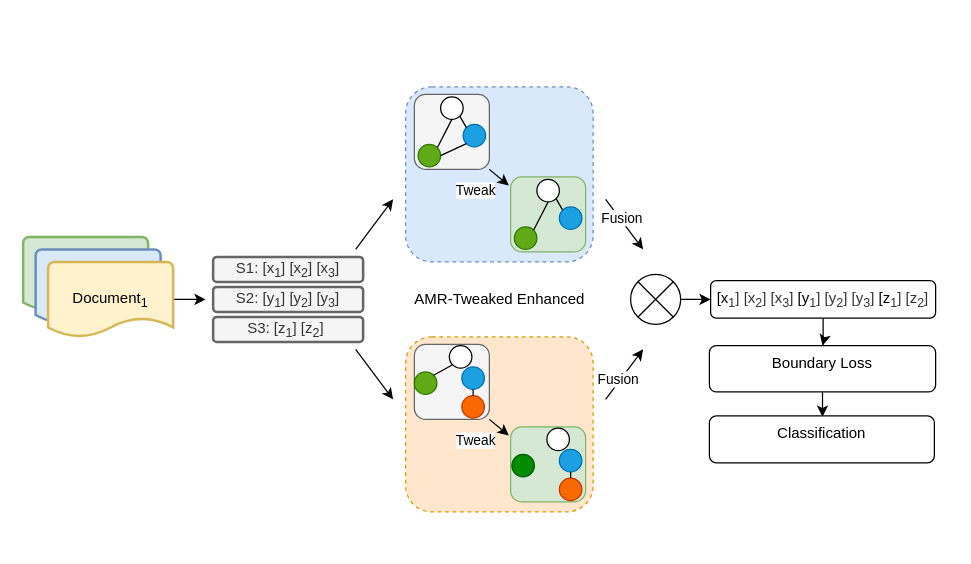
Earlier version of the draw.io diagram model.drawio (crawlerWPS/drawing). Source tidied: cells renumbered, new cells numbered last; positions are measured from the earlier drawing's top-left corner, leaving out a move shared by most shapes. Both pictures are drawn from the tidied source at 125%, with x=0, y=0 at pixel (22, 86). Pictures stored in the file or linked from it are replaced by grey dashed boxes.
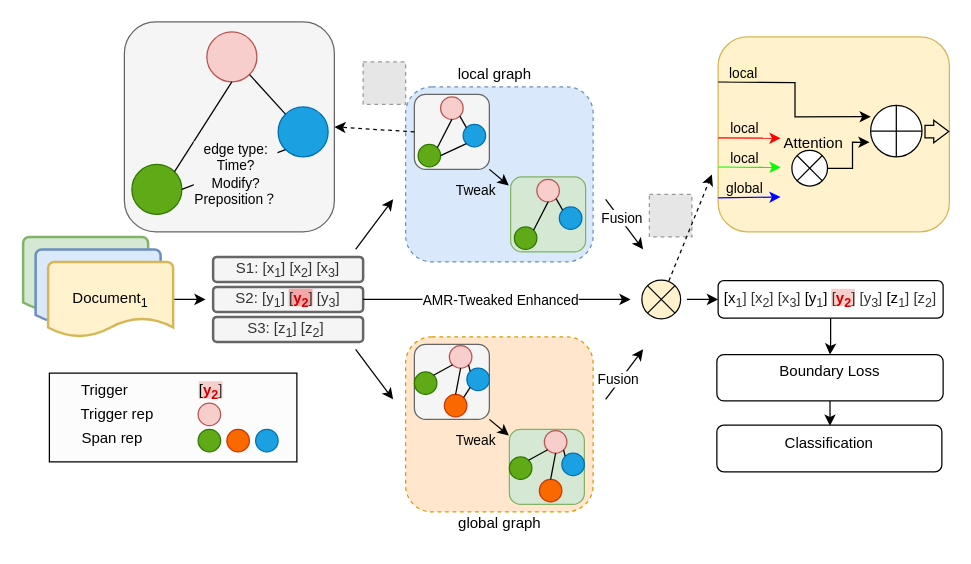
The same page after the edit.

Unchanged cells that the change refers to:
```xml
<mxCell id="3" style="rounded=1;whiteSpace=wrap;html=1;fillColor=#f5f5f5;fontColor=#333333;strokeColor=#666666;" parent="1" vertex="1">
  <mxGeometry x="313" y="6" width="60" height="60" as="geometry" />
</mxCell>
<mxCell id="20" style="edgeStyle=none;jettySize=auto;html=1;rounded=0;entryX=-0.024;entryY=0.115;entryDx=0;entryDy=0;entryPerimeter=0;" parent="1" edge="1" target="19">
  <mxGeometry relative="1" as="geometry">
    <mxPoint x="373" y="66" as="sourcePoint" />
  </mxGeometry>
</mxCell>
```

The edit, as a diff of the source:
```diff
@@
-    <mxCell id="4" style="edgeStyle=orthogonalEdgeStyle;rounded=0;jettySize=auto;html=1;" parent="1" edge="1" source="5" target="51">
-      <mxGeometry relative="1" as="geometry" />
+    <mxCell id="4" style="edgeStyle=orthogonalEdgeStyle;rounded=0;jettySize=auto;html=1;" parent="1" edge="1" target="51">
+      <mxGeometry relative="1" as="geometry">
+        <mxPoint x="532" y="170" as="sourcePoint" />
+        <Array as="points">
+          <mxPoint x="531" y="170" />
+          <mxPoint x="531" y="170" />
+        </Array>
+      </mxGeometry>
     </mxCell>
-    <mxCell id="5" style="verticalLabelPosition=bottom;verticalAlign=top;html=1;shape=mxgraph.flowchart.or;" parent="1" vertex="1">
-      <mxGeometry x="486" y="150" width="40" height="40" as="geometry" />
-    </mxCell>
@@
-    <mxCell id="11" value="S2: [y&lt;sub&gt;1&lt;/sub&gt;] [y&lt;sub&gt;2&lt;/sub&gt;] [y&lt;sub&gt;3&lt;/sub&gt;]" style="rounded=1;whiteSpace=wrap;html=1;strokeWidth=2;fillColor=#f5f5f5;fontColor=#333333;strokeColor=#666666;" parent="1" vertex="1">
+    <mxCell id="11" value="S2: [y&lt;sub&gt;1&lt;/sub&gt;] &lt;span style=&quot;background-color: rgb(245, 167, 167);&quot;&gt;[&lt;font style=&quot;&quot; color=&quot;#cc0000&quot;&gt;&lt;b&gt;y&lt;sub&gt;2&lt;/sub&gt;&lt;/b&gt;&lt;/font&gt;]&lt;/span&gt; [y&lt;sub&gt;3&lt;/sub&gt;]" style="rounded=1;whiteSpace=wrap;html=1;strokeWidth=2;fillColor=#f5f5f5;fontColor=#333333;strokeColor=#666666;" parent="1" vertex="1">
       <mxGeometry x="152" y="160" width="120" height="20" as="geometry" />
     </mxCell>
@@
-    <mxCell id="21" value="Tweak" style="edgeLabel;html=1;align=center;verticalAlign=middle;" parent="20" vertex="1">
+    <mxCell id="21" value="Tweak" style="edgeLabel;html=1;align=center;verticalAlign=middle;labelBackgroundColor=#dae8fc;" parent="20" vertex="1">
       <mxGeometry x="-0.42" relative="1" as="geometry">
         <mxPoint x="-16" y="13" as="offset" />
       </mxGeometry>
     </mxCell>
@@
-    <mxCell id="24" style="rounded=1;whiteSpace=wrap;html=1;fillColor=#d5e8d4;strokeColor=#82b366;" parent="1" vertex="1">
-      <mxGeometry x="390" y="272" width="60" height="60" as="geometry" />
-    </mxCell>
-    <mxCell id="25" style="edgeStyle=none;jettySize=auto;html=1;rounded=0;entryX=-0.024;entryY=0.115;entryDx=0;entryDy=0;entryPerimeter=0;" parent="1" edge="1" target="24">
+    <mxCell id="25" style="edgeStyle=none;orthogonalLoop=1;jettySize=auto;html=1;rounded=0;entryX=-0.024;entryY=0.115;entryDx=0;entryDy=0;entryPerimeter=0;" parent="1" edge="1">
       <mxGeometry relative="1" as="geometry">
         <mxPoint x="373" y="266" as="sourcePoint" />
+        <mxPoint x="388.6" y="278.9" as="targetPoint" />
       </mxGeometry>
     </mxCell>
-    <mxCell id="26" value="Tweak" style="edgeLabel;html=1;align=center;verticalAlign=middle;" parent="25" vertex="1">
+    <mxCell id="26" value="Tweak" style="edgeLabel;html=1;align=center;verticalAlign=middle;labelBackgroundColor=#ffe6cc;" parent="25" vertex="1">
       <mxGeometry x="-0.35" y="1" relative="1" as="geometry">
         <mxPoint x="-18" y="13" as="offset" />
       </mxGeometry>
     </mxCell>
-    <mxCell id="27" value="AMR-Tweaked Enhanced" style="text;html=1;align=center;verticalAlign=middle;strokeColor=none;fillColor=none;" parent="1" vertex="1">
-      <mxGeometry x="301" y="155" width="160" height="30" as="geometry" />
-    </mxCell>
-    <mxCell id="28" style="ellipse;whiteSpace=wrap;html=1;" parent="1" vertex="1">
+    <mxCell id="28" style="ellipse;whiteSpace=wrap;html=1;fillColor=#f8cecc;strokeColor=#b85450;" parent="1" vertex="1">
       <mxGeometry x="334" y="8" width="18" height="18" as="geometry" />
     </mxCell>
@@
-    <mxCell id="34" style="ellipse;whiteSpace=wrap;html=1;" parent="1" vertex="1">
+    <mxCell id="34" style="ellipse;whiteSpace=wrap;html=1;fillColor=#f8cecc;strokeColor=#b85450;" parent="1" vertex="1">
       <mxGeometry x="411" y="74" width="18" height="18" as="geometry" />
     </mxCell>
@@
-    <mxCell id="39" style="ellipse;whiteSpace=wrap;html=1;" parent="1" vertex="1">
-      <mxGeometry x="419" y="273" width="18" height="18" as="geometry" />
-    </mxCell>
-    <mxCell id="40" style="ellipse;whiteSpace=wrap;html=1;fillColor=#008a00;fontColor=#ffffff;strokeColor=#005700;" parent="1" vertex="1">
-      <mxGeometry x="391" y="294" width="18" height="18" as="geometry" />
-    </mxCell>
-    <mxCell id="41" style="ellipse;whiteSpace=wrap;html=1;fillColor=#1ba1e2;fontColor=#ffffff;strokeColor=#006EAF;" parent="1" vertex="1">
-      <mxGeometry x="429" y="290" width="18" height="18" as="geometry" />
-    </mxCell>
-    <mxCell id="42" style="ellipse;whiteSpace=wrap;html=1;fillColor=#fa6800;fontColor=#000000;strokeColor=#C73500;" parent="1" vertex="1">
-      <mxGeometry x="429" y="313" width="18" height="18" as="geometry" />
-    </mxCell>
-    <mxCell id="43" style="endArrow=none;html=1;rounded=0;entryX=0.5;entryY=1;entryDx=0;entryDy=0;exitX=0.5;exitY=0;exitDx=0;exitDy=0;" parent="1" edge="1" source="42" target="41">
-      <mxGeometry relative="1" as="geometry" />
-    </mxCell>
-    <mxCell id="44" style="ellipse;whiteSpace=wrap;html=1;" parent="1" vertex="1">
+    <mxCell id="44" style="ellipse;whiteSpace=wrap;html=1;fillColor=#f8cecc;strokeColor=#b85450;" parent="1" vertex="1">
       <mxGeometry x="341" y="207" width="18" height="18" as="geometry" />
     </mxCell>
@@
     <mxCell id="47" style="ellipse;whiteSpace=wrap;html=1;fillColor=#1ba1e2;fontColor=#ffffff;strokeColor=#006EAF;" parent="1" vertex="1">
-      <mxGeometry x="351" y="224" width="18" height="18" as="geometry" />
+      <mxGeometry x="355" y="225" width="18" height="18" as="geometry" />
     </mxCell>
     <mxCell id="48" style="ellipse;whiteSpace=wrap;html=1;fillColor=#fa6800;fontColor=#000000;strokeColor=#C73500;" parent="1" vertex="1">
-      <mxGeometry x="351" y="247" width="18" height="18" as="geometry" />
+      <mxGeometry x="337" y="246" width="18" height="18" as="geometry" />
     </mxCell>
-    <mxCell id="49" style="endArrow=none;html=1;rounded=0;entryX=0.5;entryY=1;entryDx=0;entryDy=0;exitX=0.5;exitY=0;exitDx=0;exitDy=0;" parent="1" edge="1" source="48" target="47">
+    <mxCell id="49" style="endArrow=none;html=1;rounded=0;entryX=0;entryY=1;entryDx=0;entryDy=0;exitX=1;exitY=0;exitDx=0;exitDy=0;" parent="1" edge="1" source="48" target="47">
       <mxGeometry relative="1" as="geometry" />
     </mxCell>
@@
-    <mxCell id="51" value="[x&lt;sub style=&quot;border-color: var(--border-color); color: rgb(51, 51, 51);&quot;&gt;1&lt;/sub&gt;&lt;span style=&quot;color: rgb(51, 51, 51);&quot;&gt;] [x&lt;/span&gt;&lt;sub style=&quot;border-color: var(--border-color); color: rgb(51, 51, 51);&quot;&gt;2&lt;/sub&gt;&lt;span style=&quot;color: rgb(51, 51, 51);&quot;&gt;] [x&lt;/span&gt;&lt;sub style=&quot;border-color: var(--border-color); color: rgb(51, 51, 51);&quot;&gt;3&lt;/sub&gt;&lt;span style=&quot;color: rgb(51, 51, 51);&quot;&gt;]&amp;nbsp;&lt;/span&gt;[y&lt;sub style=&quot;border-color: var(--border-color); color: rgb(51, 51, 51);&quot;&gt;1&lt;/sub&gt;&lt;span style=&quot;color: rgb(51, 51, 51);&quot;&gt;] [y&lt;/span&gt;&lt;sub style=&quot;border-color: var(--border-color); color: rgb(51, 51, 51);&quot;&gt;2&lt;/sub&gt;&lt;span style=&quot;color: rgb(51, 51, 51);&quot;&gt;] [y&lt;/span&gt;&lt;sub style=&quot;border-color: var(--border-color); color: rgb(51, 51, 51);&quot;&gt;3&lt;/sub&gt;&lt;span style=&quot;color: rgb(51, 51, 51);&quot;&gt;]&lt;/span&gt;&amp;nbsp;[z&lt;sub style=&quot;border-color: var(--border-color); color: rgb(51, 51, 51);&quot;&gt;1&lt;/sub&gt;&lt;span style=&quot;color: rgb(51, 51, 51);&quot;&gt;] [z&lt;/span&gt;&lt;sub style=&quot;border-color: var(--border-color); color: rgb(51, 51, 51);&quot;&gt;2&lt;/sub&gt;&lt;span style=&quot;color: rgb(51, 51, 51);&quot;&gt;]&lt;/span&gt;" style="rounded=1;whiteSpace=wrap;html=1;verticalAlign=top;" parent="1" vertex="1">
-      <mxGeometry x="550" y="155" width="180" height="30" as="geometry" />
+    <mxCell id="51" value="[x&lt;sub style=&quot;border-color: var(--border-color); color: rgb(51, 51, 51);&quot;&gt;1&lt;/sub&gt;&lt;span style=&quot;color: rgb(51, 51, 51);&quot;&gt;] [x&lt;/span&gt;&lt;sub style=&quot;border-color: var(--border-color); color: rgb(51, 51, 51);&quot;&gt;2&lt;/sub&gt;&lt;span style=&quot;color: rgb(51, 51, 51);&quot;&gt;] [x&lt;/span&gt;&lt;sub style=&quot;border-color: var(--border-color); color: rgb(51, 51, 51);&quot;&gt;3&lt;/sub&gt;&lt;span style=&quot;color: rgb(51, 51, 51);&quot;&gt;]&amp;nbsp;&lt;/span&gt;[y&lt;sub style=&quot;border-color: var(--border-color); color: rgb(51, 51, 51);&quot;&gt;1&lt;/sub&gt;]&amp;nbsp;&lt;span style=&quot;background-color: rgb(248, 206, 204);&quot;&gt;&lt;span style=&quot;color: rgb(51, 51, 51);&quot;&gt;[&lt;/span&gt;&lt;font style=&quot;border-color: var(--border-color);&quot; color=&quot;#cc0000&quot;&gt;&lt;b style=&quot;border-color: var(--border-color);&quot;&gt;y&lt;sub style=&quot;border-color: var(--border-color);&quot;&gt;2&lt;/sub&gt;&lt;/b&gt;&lt;/font&gt;&lt;span style=&quot;color: rgb(51, 51, 51);&quot;&gt;]&lt;/span&gt;&lt;/span&gt;&lt;span style=&quot;color: rgb(51, 51, 51);&quot;&gt;&amp;nbsp;[y&lt;/span&gt;&lt;sub style=&quot;border-color: var(--border-color); color: rgb(51, 51, 51);&quot;&gt;3&lt;/sub&gt;&lt;span style=&quot;color: rgb(51, 51, 51);&quot;&gt;]&lt;/span&gt;&amp;nbsp;[z&lt;sub style=&quot;border-color: var(--border-color); color: rgb(51, 51, 51);&quot;&gt;1&lt;/sub&gt;&lt;span style=&quot;color: rgb(51, 51, 51);&quot;&gt;] [z&lt;/span&gt;&lt;sub style=&quot;border-color: var(--border-color); color: rgb(51, 51, 51);&quot;&gt;2&lt;/sub&gt;&lt;span style=&quot;color: rgb(51, 51, 51);&quot;&gt;]&lt;/span&gt;" style="rounded=1;whiteSpace=wrap;html=1;verticalAlign=top;" parent="1" vertex="1">
+      <mxGeometry x="556" y="155" width="180" height="30" as="geometry" />
     </mxCell>
@@
     <mxCell id="53" value="Boundary Loss" style="whiteSpace=wrap;html=1;verticalAlign=top;rounded=1;" parent="1" vertex="1">
-      <mxGeometry x="549" y="207" width="181" height="37" as="geometry" />
+      <mxGeometry x="555" y="214.2" width="181" height="37" as="geometry" />
     </mxCell>
     <mxCell id="54" value="Classification" style="whiteSpace=wrap;html=1;verticalAlign=top;rounded=1;" parent="1" vertex="1">
-      <mxGeometry x="549" y="263.2" width="180" height="37.5" as="geometry" />
+      <mxGeometry x="555" y="270.5" width="180" height="37.5" as="geometry" />
     </mxCell>
+    <mxCell id="55" style="endArrow=classic;html=1;rounded=0;dashed=1;exitX=0;exitY=0.5;exitDx=0;exitDy=0;entryX=1;entryY=0.5;entryDx=0;entryDy=0;" parent="1" edge="1" source="3" target="57">
+      <mxGeometry relative="1" as="geometry" />
+    </mxCell>
+    <mxCell id="56" style="fillColor=#E6E6E6;strokeColor=#999999;dashed=1;html=1;verticalAlign=top;verticalLabelPosition=bottom;labelBackgroundColor=#ffffff;" parent="1" vertex="1">
+      <mxGeometry x="272" y="-20" width="34" height="34" as="geometry" />
+    </mxCell>
+    <mxCell id="57" style="rounded=1;whiteSpace=wrap;html=1;fillColor=#f5f5f5;fontColor=#333333;strokeColor=#666666;" parent="1" vertex="1">
+      <mxGeometry x="81" y="-52" width="168" height="168" as="geometry" />
+    </mxCell>
+    <mxCell id="58" style="ellipse;whiteSpace=wrap;html=1;fillColor=#f8cecc;strokeColor=#b85450;" parent="1" vertex="1">
+      <mxGeometry x="147" y="-44" width="40" height="40" as="geometry" />
+    </mxCell>
+    <mxCell id="59" style="ellipse;whiteSpace=wrap;html=1;fillColor=#1ba1e2;fontColor=#ffffff;strokeColor=#006EAF;" parent="1" vertex="1">
+      <mxGeometry x="204" y="16" width="40" height="40" as="geometry" />
+    </mxCell>
+    <mxCell id="60" style="ellipse;whiteSpace=wrap;html=1;fillColor=#60a917;fontColor=#ffffff;strokeColor=#2D7600;" parent="1" vertex="1">
+      <mxGeometry x="87" y="62" width="40" height="40" as="geometry" />
+    </mxCell>
+    <mxCell id="61" style="endArrow=none;html=1;rounded=0;entryX=0.5;entryY=1;entryDx=0;entryDy=0;exitX=1;exitY=0;exitDx=0;exitDy=0;" parent="1" edge="1" source="60" target="58">
+      <mxGeometry relative="1" as="geometry" />
+    </mxCell>
+    <mxCell id="62" style="endArrow=none;html=1;rounded=0;entryX=0;entryY=1;entryDx=0;entryDy=0;exitX=1;exitY=0.5;exitDx=0;exitDy=0;" parent="1" edge="1" source="60" target="59">
+      <mxGeometry relative="1" as="geometry" />
+    </mxCell>
+    <mxCell id="63" value="edge type:&lt;br&gt;Time?&lt;br&gt;Modify?&lt;br&gt;Preposition？" style="edgeLabel;html=1;align=center;verticalAlign=middle;labelBackgroundColor=#f5f5f5;" parent="62" vertex="1">
+      <mxGeometry x="0.38" y="-2" relative="1" as="geometry">
+        <mxPoint x="-15" y="8" as="offset" />
+      </mxGeometry>
+    </mxCell>
+    <mxCell id="64" style="endArrow=none;html=1;rounded=0;entryX=0;entryY=0;entryDx=0;entryDy=0;exitX=1;exitY=1;exitDx=0;exitDy=0;" parent="1" edge="1" source="58" target="59">
+      <mxGeometry relative="1" as="geometry" />
+    </mxCell>
+    <mxCell id="65" style="rounded=0;whiteSpace=wrap;html=1;fillColor=#fcfcfc;" parent="1" vertex="1">
+      <mxGeometry x="21" y="229" width="198" height="71" as="geometry" />
+    </mxCell>
+    <mxCell id="66" style="ellipse;whiteSpace=wrap;html=1;fillColor=#f8cecc;strokeColor=#b85450;" parent="1" vertex="1">
+      <mxGeometry x="140" y="253" width="18" height="18" as="geometry" />
+    </mxCell>
+    <mxCell id="67" value="Trigger rep" style="text;html=1;strokeColor=none;fillColor=none;align=center;verticalAlign=middle;whiteSpace=wrap;rounded=0;" parent="1" vertex="1">
+      <mxGeometry x="40" y="247" width="71" height="30" as="geometry" />
+    </mxCell>
+    <mxCell id="68" style="endArrow=none;html=1;rounded=0;exitX=1;exitY=1;exitDx=0;exitDy=0;entryX=0;entryY=0;entryDx=0;entryDy=0;" parent="1" edge="1" source="44" target="47">
+      <mxGeometry relative="1" as="geometry" />
+    </mxCell>
+    <mxCell id="69" style="rounded=1;whiteSpace=wrap;html=1;fillColor=#d5e8d4;strokeColor=#82b366;" parent="1" vertex="1">
+      <mxGeometry x="389" y="274" width="60" height="60" as="geometry" />
+    </mxCell>
+    <mxCell id="70" style="ellipse;whiteSpace=wrap;html=1;fillColor=#f8cecc;strokeColor=#b85450;" parent="1" vertex="1">
+      <mxGeometry x="417" y="275" width="18" height="18" as="geometry" />
+    </mxCell>
+    <mxCell id="71" style="ellipse;whiteSpace=wrap;html=1;fillColor=#60a917;fontColor=#ffffff;strokeColor=#2D7600;" parent="1" vertex="1">
+      <mxGeometry x="389" y="296" width="18" height="18" as="geometry" />
+    </mxCell>
+    <mxCell id="72" style="endArrow=none;html=1;rounded=0;entryX=0;entryY=1;entryDx=0;entryDy=0;exitX=1;exitY=0;exitDx=0;exitDy=0;" parent="1" edge="1" source="71" target="70">
+      <mxGeometry relative="1" as="geometry" />
+    </mxCell>
+    <mxCell id="73" style="ellipse;whiteSpace=wrap;html=1;fillColor=#1ba1e2;fontColor=#ffffff;strokeColor=#006EAF;" parent="1" vertex="1">
+      <mxGeometry x="431" y="293" width="18" height="18" as="geometry" />
+    </mxCell>
+    <mxCell id="74" style="ellipse;whiteSpace=wrap;html=1;fillColor=#fa6800;fontColor=#000000;strokeColor=#C73500;" parent="1" vertex="1">
+      <mxGeometry x="413" y="314" width="18" height="18" as="geometry" />
+    </mxCell>
+    <mxCell id="75" style="endArrow=none;html=1;rounded=0;exitX=1;exitY=1;exitDx=0;exitDy=0;entryX=0;entryY=0;entryDx=0;entryDy=0;" parent="1" edge="1" source="70" target="73">
+      <mxGeometry relative="1" as="geometry" />
+    </mxCell>
+    <mxCell id="76" value="&lt;span style=&quot;background-color: rgb(248, 206, 204);&quot;&gt;[&lt;font style=&quot;border-color: var(--border-color);&quot; color=&quot;#cc0000&quot;&gt;&lt;b style=&quot;border-color: var(--border-color);&quot;&gt;y&lt;sub style=&quot;border-color: var(--border-color);&quot;&gt;2&lt;/sub&gt;&lt;/b&gt;&lt;/font&gt;&lt;span style=&quot;color: rgb(51, 51, 51);&quot;&gt;]&lt;/span&gt;&lt;/span&gt;" style="text;html=1;strokeColor=none;fillColor=none;align=center;verticalAlign=middle;whiteSpace=wrap;rounded=0;" parent="1" vertex="1">
+      <mxGeometry x="134.5" y="229" width="31" height="30" as="geometry" />
+    </mxCell>
+    <mxCell id="77" value="Trigger" style="text;html=1;strokeColor=none;fillColor=none;align=center;verticalAlign=middle;whiteSpace=wrap;rounded=0;" parent="1" vertex="1">
+      <mxGeometry x="30" y="228" width="71" height="30" as="geometry" />
+    </mxCell>
+    <mxCell id="78" style="endArrow=none;html=1;rounded=0;entryX=0.5;entryY=1;entryDx=0;entryDy=0;exitX=0.5;exitY=0;exitDx=0;exitDy=0;" parent="1" edge="1" source="48" target="44">
+      <mxGeometry relative="1" as="geometry" />
+    </mxCell>
+    <mxCell id="79" style="endArrow=none;html=1;rounded=0;entryX=0.5;entryY=1;entryDx=0;entryDy=0;exitX=0.5;exitY=0;exitDx=0;exitDy=0;" parent="1" edge="1" source="74" target="70">
+      <mxGeometry relative="1" as="geometry" />
+    </mxCell>
+    <mxCell id="80" style="ellipse;whiteSpace=wrap;html=1;fillColor=#60a917;fontColor=#ffffff;strokeColor=#2D7600;" parent="1" vertex="1">
+      <mxGeometry x="140" y="274" width="18" height="18" as="geometry" />
+    </mxCell>
+    <mxCell id="81" style="ellipse;whiteSpace=wrap;html=1;fillColor=#fa6800;fontColor=#000000;strokeColor=#C73500;" parent="1" vertex="1">
+      <mxGeometry x="163" y="274" width="18" height="18" as="geometry" />
+    </mxCell>
+    <mxCell id="82" style="ellipse;whiteSpace=wrap;html=1;fillColor=#1ba1e2;fontColor=#ffffff;strokeColor=#006EAF;" parent="1" vertex="1">
+      <mxGeometry x="186" y="274" width="18" height="18" as="geometry" />
+    </mxCell>
+    <mxCell id="83" value="Span rep" style="text;html=1;strokeColor=none;fillColor=none;align=center;verticalAlign=middle;whiteSpace=wrap;rounded=0;" parent="1" vertex="1">
+      <mxGeometry x="30.5" y="266" width="81" height="30" as="geometry" />
+    </mxCell>
+    <mxCell id="84" style="endArrow=classic;html=1;rounded=0;exitX=1;exitY=0.5;exitDx=0;exitDy=0;entryX=0;entryY=0.5;entryDx=0;entryDy=0;entryPerimeter=0;" parent="1" edge="1" source="11">
+      <mxGeometry relative="1" as="geometry">
+        <mxPoint x="486" y="170" as="targetPoint" />
+      </mxGeometry>
+    </mxCell>
+    <mxCell id="27" value="AMR-Tweaked Enhanced" style="edgeLabel;html=1;align=center;verticalAlign=middle;" parent="84" vertex="1">
+      <mxGeometry x="0.25" y="-2" relative="1" as="geometry">
+        <mxPoint x="-25" y="-2" as="offset" />
+      </mxGeometry>
+    </mxCell>
+    <mxCell id="85" value="local graph" style="text;html=1;align=center;verticalAlign=middle;strokeColor=none;fillColor=none;" parent="1" vertex="1">
+      <mxGeometry x="337" y="-25" width="80" height="30" as="geometry" />
+    </mxCell>
+    <mxCell id="86" value="global graph" style="text;html=1;align=center;verticalAlign=middle;strokeColor=none;fillColor=none;" parent="1" vertex="1">
+      <mxGeometry x="336" y="334" width="90" height="30" as="geometry" />
+    </mxCell>
+    <mxCell id="87" style="shape=sumEllipse;perimeter=ellipsePerimeter;whiteSpace=wrap;html=1;backgroundOutline=1;fillColor=#fff2cc;strokeColor=#000000;" parent="1" vertex="1">
+      <mxGeometry x="495" y="154.5" width="31" height="31" as="geometry" />
+    </mxCell>
+    <mxCell id="88" style="fillColor=#E6E6E6;strokeColor=#999999;dashed=1;html=1;verticalAlign=top;verticalLabelPosition=bottom;labelBackgroundColor=#ffffff;" parent="1" vertex="1">
+      <mxGeometry x="501" y="86" width="34" height="34" as="geometry" />
+    </mxCell>
+    <mxCell id="89" style="endArrow=classic;html=1;rounded=0;dashed=1;exitX=0.696;exitY=0.025;exitDx=0;exitDy=0;exitPerimeter=0;" parent="1" edge="1" source="87">
+      <mxGeometry relative="1" as="geometry">
+        <mxPoint x="551" y="70" as="targetPoint" />
+      </mxGeometry>
+    </mxCell>
+    <mxCell id="90" style="rounded=1;whiteSpace=wrap;html=1;fillColor=#fff2cc;strokeColor=#d6b656;" parent="1" vertex="1">
+      <mxGeometry x="556" y="-40" width="185" height="156" as="geometry" />
+    </mxCell>
+    <mxCell id="91" style="endArrow=classic;html=1;rounded=0;strokeColor=#ff0000;" parent="1" edge="1">
+      <mxGeometry relative="1" as="geometry">
+        <mxPoint x="556" y="40.8" as="sourcePoint" />
+        <mxPoint x="606" y="41.1" as="targetPoint" />
+      </mxGeometry>
+    </mxCell>
+    <mxCell id="92" value="local" style="edgeLabel;html=1;align=center;verticalAlign=middle;labelBackgroundColor=#fff2cc;" parent="91" vertex="1">
+      <mxGeometry x="-0.38" y="1" relative="1" as="geometry">
+        <mxPoint x="4" y="-7" as="offset" />
+      </mxGeometry>
+    </mxCell>
+    <mxCell id="93" style="endArrow=classic;html=1;rounded=0;strokeColor=#0000ff;" parent="1" edge="1">
+      <mxGeometry relative="1" as="geometry">
+        <mxPoint x="556" y="88.8" as="sourcePoint" />
+        <mxPoint x="606" y="88.1" as="targetPoint" />
+      </mxGeometry>
+    </mxCell>
+    <mxCell id="94" value="global" style="edgeLabel;html=1;align=center;verticalAlign=middle;labelBackgroundColor=#fff2cc;" parent="93" vertex="1">
+      <mxGeometry x="-0.32" y="1" relative="1" as="geometry">
+        <mxPoint x="4" y="-7" as="offset" />
+      </mxGeometry>
+    </mxCell>
+    <mxCell id="95" style="endArrow=classic;html=1;rounded=0;entryX=0.004;entryY=0.221;entryDx=0;entryDy=0;edgeStyle=orthogonalEdgeStyle;entryPerimeter=0;" parent="1" edge="1" target="98">
+      <mxGeometry relative="1" as="geometry">
+        <mxPoint x="556" y="-3.9" as="sourcePoint" />
+      </mxGeometry>
+    </mxCell>
+    <mxCell id="96" value="local" style="edgeLabel;html=1;align=center;verticalAlign=middle;labelBackgroundColor=#FFF4C3;" parent="95" vertex="1">
+      <mxGeometry x="-0.43" relative="1" as="geometry">
+        <mxPoint x="-23" y="-8" as="offset" />
+      </mxGeometry>
+    </mxCell>
+    <mxCell id="97" style="shape=sumEllipse;perimeter=ellipsePerimeter;whiteSpace=wrap;html=1;backgroundOutline=1;" parent="1" vertex="1">
+      <mxGeometry x="615" y="50.8" width="28.5" height="28.5" as="geometry" />
+    </mxCell>
+    <mxCell id="98" style="shape=orEllipse;perimeter=ellipsePerimeter;whiteSpace=wrap;html=1;backgroundOutline=1;" parent="1" vertex="1">
+      <mxGeometry x="678" y="14.8" width="41.1" height="41.1" as="geometry" />
+    </mxCell>
+    <mxCell id="99" style="endArrow=classic;html=1;rounded=0;strokeColor=#00ff00;" parent="1" edge="1">
+      <mxGeometry relative="1" as="geometry">
+        <mxPoint x="556" y="64.1" as="sourcePoint" />
+        <mxPoint x="606" y="64.4" as="targetPoint" />
+      </mxGeometry>
+    </mxCell>
+    <mxCell id="100" value="local" style="edgeLabel;html=1;align=center;verticalAlign=middle;labelBackgroundColor=#fff2cc;" parent="99" vertex="1">
+      <mxGeometry x="-0.38" y="1" relative="1" as="geometry">
+        <mxPoint x="4" y="-7" as="offset" />
+      </mxGeometry>
+    </mxCell>
+    <mxCell id="101" value="Attention" style="text;html=1;align=center;verticalAlign=middle;strokeColor=none;fillColor=none;" parent="1" vertex="1">
+      <mxGeometry x="597.2" y="30.1" width="70" height="30" as="geometry" />
+    </mxCell>
+    <mxCell id="102" style="edgeStyle=orthogonalEdgeStyle;rounded=0;jettySize=auto;html=1;entryX=-0.02;entryY=0.718;entryDx=0;entryDy=0;entryPerimeter=0;" parent="1" edge="1" source="97" target="98">
+      <mxGeometry relative="1" as="geometry" />
+    </mxCell>
+    <mxCell id="103" style="shape=flexArrow;endArrow=classic;html=1;rounded=0;endWidth=6.857142857142857;endSize=3.6685714285714286;" parent="1" edge="1">
+      <mxGeometry relative="1" as="geometry">
+        <mxPoint x="721" y="35.7" as="sourcePoint" />
+        <mxPoint x="741" y="35.7" as="targetPoint" />
+      </mxGeometry>
+    </mxCell>
```
